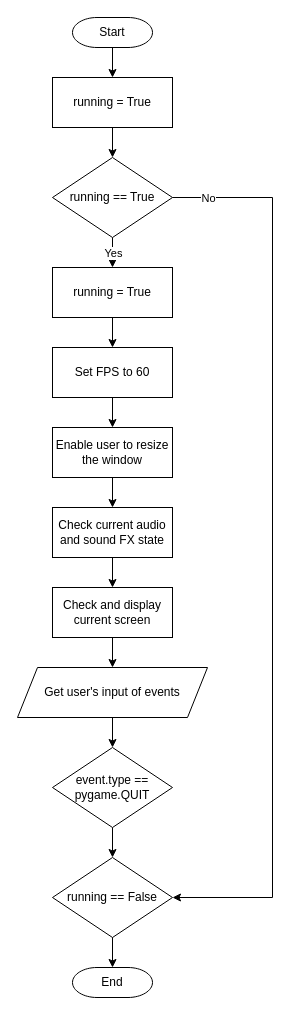
Bxnetic/wahtype keeps this draw.io diagram as diagrams/algorithms/gameLoop.drawio. Above is the earlier version. Source tidied: cells renumbered, new cells numbered last; positions are measured from the earlier drawing's top-left corner, leaving out a move shared by most shapes. Both pictures are drawn from the tidied source at 100%, with x=0, y=0 at pixel (17, 17).
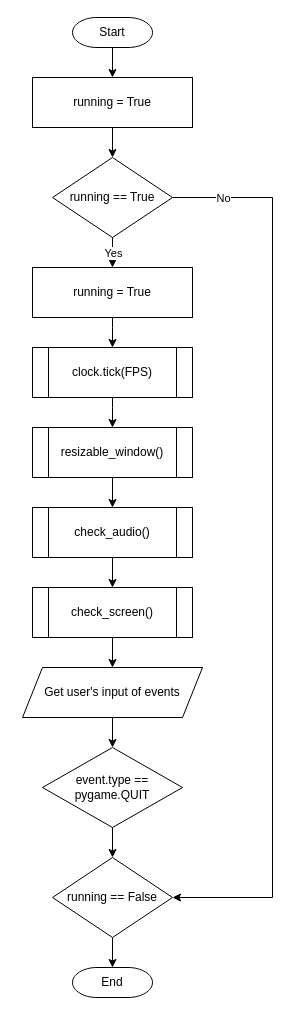
After the change.

Unchanged cells that the change refers to:
```xml
<mxCell id="26" style="endArrow=classic;html=1;rounded=0;exitX=1;exitY=0.5;exitDx=0;exitDy=0;entryX=1;entryY=0.5;entryDx=0;entryDy=0;" parent="1" edge="1" source="8" target="23">
  <mxGeometry relative="1" as="geometry">
    <Array as="points">
      <mxPoint x="255" y="180" />
      <mxPoint x="255" y="880" />
    </Array>
  </mxGeometry>
</mxCell>
```

Diff of the diagram source:
```diff
@@
     <mxCell id="5" value="running = True" style="rounded=0;whiteSpace=wrap;html=1;" parent="1" vertex="1">
-      <mxGeometry x="35" y="60" width="120" height="50" as="geometry" />
+      <mxGeometry x="15" y="60" width="160" height="50" as="geometry" />
     </mxCell>
@@
-    <mxCell id="9" style="edgeStyle=orthogonalEdgeStyle;rounded=0;jettySize=auto;html=1;exitX=0.5;exitY=1;exitDx=0;exitDy=0;entryX=0.5;entryY=0;entryDx=0;entryDy=0;" parent="1" edge="1" source="10" target="12">
-      <mxGeometry relative="1" as="geometry" />
+    <mxCell id="9" style="edgeStyle=orthogonalEdgeStyle;rounded=0;jettySize=auto;html=1;exitX=0.5;exitY=1;exitDx=0;exitDy=0;entryX=0.5;entryY=0;entryDx=0;entryDy=0;" parent="1" edge="1" source="10" target="28">
+      <mxGeometry relative="1" as="geometry">
+        <Array as="points">
+          <mxPoint x="95" y="310" />
+          <mxPoint x="95" y="310" />
+        </Array>
+      </mxGeometry>
     </mxCell>
     <mxCell id="10" value="running = True" style="rounded=0;whiteSpace=wrap;html=1;" parent="1" vertex="1">
-      <mxGeometry x="35" y="250" width="120" height="50" as="geometry" />
+      <mxGeometry x="15" y="250" width="160" height="50" as="geometry" />
     </mxCell>
-    <mxCell id="11" style="edgeStyle=orthogonalEdgeStyle;rounded=0;jettySize=auto;html=1;exitX=0.5;exitY=1;exitDx=0;exitDy=0;" parent="1" edge="1" source="12" target="14">
-      <mxGeometry relative="1" as="geometry" />
+    <mxCell id="11" style="edgeStyle=orthogonalEdgeStyle;rounded=0;jettySize=auto;html=1;exitX=0.5;exitY=1;exitDx=0;exitDy=0;" parent="1" edge="1" source="28">
+      <mxGeometry relative="1" as="geometry">
+        <mxPoint x="95" y="410" as="targetPoint" />
+        <Array as="points">
+          <mxPoint x="95" y="390" />
+          <mxPoint x="95" y="390" />
+        </Array>
+      </mxGeometry>
     </mxCell>
-    <mxCell id="12" value="Set FPS to 60" style="rounded=0;whiteSpace=wrap;html=1;" parent="1" vertex="1">
-      <mxGeometry x="35" y="330" width="120" height="50" as="geometry" />
-    </mxCell>
-    <mxCell id="13" style="edgeStyle=orthogonalEdgeStyle;rounded=0;jettySize=auto;html=1;exitX=0.5;exitY=1;exitDx=0;exitDy=0;entryX=0.5;entryY=0;entryDx=0;entryDy=0;" parent="1" edge="1" source="14" target="16">
-      <mxGeometry relative="1" as="geometry" />
+    <mxCell id="13" style="edgeStyle=orthogonalEdgeStyle;rounded=0;orthogonalLoop=1;jettySize=auto;html=1;exitX=0.5;exitY=1;exitDx=0;exitDy=0;entryX=0.5;entryY=0;entryDx=0;entryDy=0;" parent="1" edge="1">
+      <mxGeometry relative="1" as="geometry">
+        <mxPoint x="95" y="460" as="sourcePoint" />
+        <mxPoint x="95" y="490" as="targetPoint" />
+      </mxGeometry>
     </mxCell>
-    <mxCell id="14" value="Enable user to resize the window" style="rounded=0;whiteSpace=wrap;html=1;" parent="1" vertex="1">
-      <mxGeometry x="35" y="410" width="120" height="50" as="geometry" />
-    </mxCell>
-    <mxCell id="15" style="edgeStyle=orthogonalEdgeStyle;rounded=0;jettySize=auto;html=1;exitX=0.5;exitY=1;exitDx=0;exitDy=0;entryX=0.5;entryY=0;entryDx=0;entryDy=0;" parent="1" edge="1" source="16" target="18">
-      <mxGeometry relative="1" as="geometry" />
+    <mxCell id="15" style="edgeStyle=orthogonalEdgeStyle;rounded=0;orthogonalLoop=1;jettySize=auto;html=1;exitX=0.5;exitY=1;exitDx=0;exitDy=0;entryX=0.5;entryY=0;entryDx=0;entryDy=0;" parent="1" edge="1">
+      <mxGeometry relative="1" as="geometry">
+        <mxPoint x="95" y="540" as="sourcePoint" />
+        <mxPoint x="95" y="570" as="targetPoint" />
+      </mxGeometry>
     </mxCell>
-    <mxCell id="16" value="Check current audio and sound FX state" style="rounded=0;whiteSpace=wrap;html=1;" parent="1" vertex="1">
-      <mxGeometry x="35" y="490" width="120" height="50" as="geometry" />
-    </mxCell>
-    <mxCell id="17" style="edgeStyle=orthogonalEdgeStyle;rounded=0;jettySize=auto;html=1;exitX=0.5;exitY=1;exitDx=0;exitDy=0;entryX=0.5;entryY=0;entryDx=0;entryDy=0;" parent="1" edge="1" source="18" target="20">
-      <mxGeometry relative="1" as="geometry" />
+    <mxCell id="17" style="edgeStyle=orthogonalEdgeStyle;rounded=0;jettySize=auto;html=1;exitX=0.5;exitY=1;exitDx=0;exitDy=0;entryX=0.5;entryY=0;entryDx=0;entryDy=0;" parent="1" edge="1" target="20">
+      <mxGeometry relative="1" as="geometry">
+        <mxPoint x="95" y="620" as="sourcePoint" />
+      </mxGeometry>
     </mxCell>
-    <mxCell id="18" value="Check and display current screen" style="rounded=0;whiteSpace=wrap;html=1;" parent="1" vertex="1">
-      <mxGeometry x="35" y="570" width="120" height="50" as="geometry" />
-    </mxCell>
@@
     <mxCell id="20" value="&lt;div&gt;Get user's input of events&lt;/div&gt;" style="shape=parallelogram;perimeter=parallelogramPerimeter;whiteSpace=wrap;html=1;fixedSize=1;" parent="1" vertex="1">
-      <mxGeometry y="650" width="190" height="50" as="geometry" />
+      <mxGeometry x="5" y="650" width="180" height="50" as="geometry" />
     </mxCell>
@@
     <mxCell id="22" value="event.type == pygame.QUIT" style="rhombus;whiteSpace=wrap;html=1;" parent="1" vertex="1">
-      <mxGeometry x="35" y="730" width="120" height="80" as="geometry" />
+      <mxGeometry x="25" y="730" width="140" height="80" as="geometry" />
     </mxCell>
@@
     <mxCell id="27" value="No" style="edgeLabel;html=1;align=center;verticalAlign=middle;" parent="26" vertex="1">
       <mxGeometry relative="1" as="geometry">
-        <mxPoint x="-65" y="-350" as="offset" />
+        <mxPoint x="-50" y="-350" as="offset" />
       </mxGeometry>
     </mxCell>
+    <mxCell id="28" value="clock.tick(FPS)" style="shape=process;whiteSpace=wrap;html=1;backgroundOutline=1;" parent="1" vertex="1">
+      <mxGeometry x="15" y="330" width="160" height="50" as="geometry" />
+    </mxCell>
+    <mxCell id="29" value="resizable_window()" style="shape=process;whiteSpace=wrap;html=1;backgroundOutline=1;" parent="1" vertex="1">
+      <mxGeometry x="15" y="410" width="160" height="50" as="geometry" />
+    </mxCell>
+    <mxCell id="30" value="check_audio()" style="shape=process;whiteSpace=wrap;html=1;backgroundOutline=1;" parent="1" vertex="1">
+      <mxGeometry x="15" y="490" width="160" height="50" as="geometry" />
+    </mxCell>
+    <mxCell id="31" value="check_screen()" style="shape=process;whiteSpace=wrap;html=1;backgroundOutline=1;" parent="1" vertex="1">
+      <mxGeometry x="15" y="570" width="160" height="50" as="geometry" />
+    </mxCell>
```
